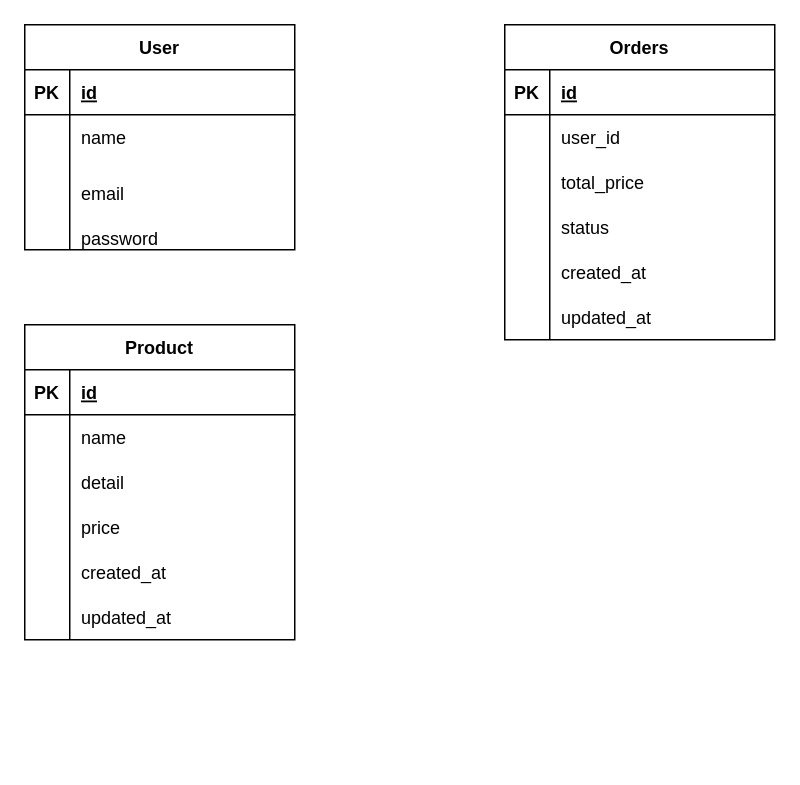
ISAWASHUN/laravel-ec-site keeps this draw.io diagram as architecture/db.drawio. Above is the earlier version. Source tidied: cells renumbered, new cells numbered last; positions are measured from the earlier drawing's top-left corner, leaving out a move shared by most shapes. Both pictures are drawn from the tidied source at 150%, with x=0, y=0 at pixel (24, 24).
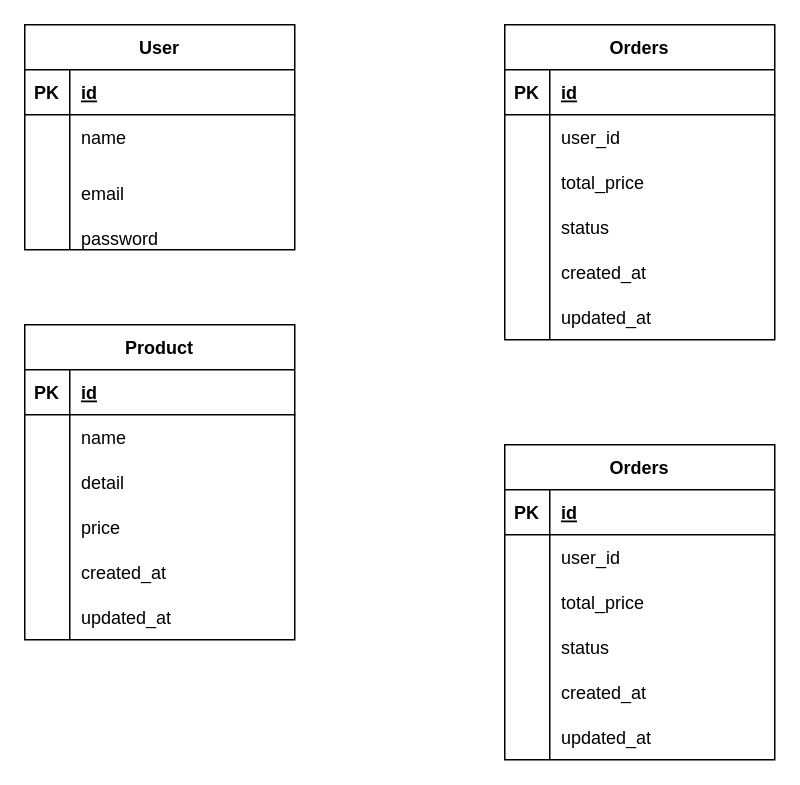
Above is the later version.

Commit message:
Ordersテーブルを作成

The edit, as a diff of the source:
```diff
@@
+    <mxCell id="53" value="Orders" style="shape=table;startSize=30;childLayout=tableLayout;rowLines=0;fontStyle=1;align=center;" parent="1" vertex="1">
+      <mxGeometry x="320" y="280" width="180" height="210" as="geometry" />
+    </mxCell>
+    <mxCell id="54" style="shape=tableRow;horizontal=0;startSize=0;swimlaneHead=0;swimlaneBody=0;fillColor=none;top=0;left=0;right=0;bottom=1;" parent="53" vertex="1">
+      <mxGeometry y="30" width="180" height="30" as="geometry" />
+    </mxCell>
+    <mxCell id="55" value="PK" style="shape=partialRectangle;fillColor=none;top=0;left=0;bottom=0;right=0;fontStyle=1;overflow=hidden;" parent="54" vertex="1">
+      <mxGeometry width="30" height="30" as="geometry" />
+    </mxCell>
+    <mxCell id="56" value="id" style="shape=partialRectangle;fillColor=none;top=0;left=0;bottom=0;right=0;align=left;spacingLeft=6;fontStyle=5;overflow=hidden;" parent="54" vertex="1">
+      <mxGeometry x="30" width="150" height="30" as="geometry" />
+    </mxCell>
+    <mxCell id="57" style="shape=tableRow;horizontal=0;startSize=0;swimlaneHead=0;swimlaneBody=0;fillColor=none;top=0;left=0;right=0;bottom=0;" parent="53" vertex="1">
+      <mxGeometry y="60" width="180" height="30" as="geometry" />
+    </mxCell>
+    <mxCell id="58" style="shape=partialRectangle;fillColor=none;top=0;left=0;bottom=0;right=0;overflow=hidden;" parent="57" vertex="1">
+      <mxGeometry width="30" height="30" as="geometry" />
+    </mxCell>
+    <mxCell id="59" value="user_id" style="shape=partialRectangle;fillColor=none;top=0;left=0;bottom=0;right=0;align=left;spacingLeft=6;overflow=hidden;" parent="57" vertex="1">
+      <mxGeometry x="30" width="150" height="30" as="geometry" />
+    </mxCell>
+    <mxCell id="60" style="shape=tableRow;horizontal=0;startSize=0;swimlaneHead=0;swimlaneBody=0;fillColor=none;top=0;left=0;right=0;bottom=0;" parent="53" vertex="1">
+      <mxGeometry y="90" width="180" height="30" as="geometry" />
+    </mxCell>
+    <mxCell id="61" style="shape=partialRectangle;fillColor=none;top=0;left=0;bottom=0;right=0;overflow=hidden;" parent="60" vertex="1">
+      <mxGeometry width="30" height="30" as="geometry" />
+    </mxCell>
+    <mxCell id="62" value="total_price" style="shape=partialRectangle;fillColor=none;top=0;left=0;bottom=0;right=0;align=left;spacingLeft=6;overflow=hidden;" parent="60" vertex="1">
+      <mxGeometry x="30" width="150" height="30" as="geometry" />
+    </mxCell>
+    <mxCell id="63" style="shape=tableRow;horizontal=0;startSize=0;swimlaneHead=0;swimlaneBody=0;fillColor=none;top=0;left=0;right=0;bottom=0;" parent="53" vertex="1">
+      <mxGeometry y="120" width="180" height="30" as="geometry" />
+    </mxCell>
+    <mxCell id="64" style="shape=partialRectangle;fillColor=none;top=0;left=0;bottom=0;right=0;overflow=hidden;" parent="63" vertex="1">
+      <mxGeometry width="30" height="30" as="geometry" />
+    </mxCell>
+    <mxCell id="65" value="status" style="shape=partialRectangle;fillColor=none;top=0;left=0;bottom=0;right=0;align=left;spacingLeft=6;overflow=hidden;" parent="63" vertex="1">
+      <mxGeometry x="30" width="150" height="30" as="geometry" />
+    </mxCell>
+    <mxCell id="66" style="shape=tableRow;horizontal=0;startSize=0;swimlaneHead=0;swimlaneBody=0;fillColor=none;top=0;left=0;right=0;bottom=0;" parent="53" vertex="1">
+      <mxGeometry y="150" width="180" height="30" as="geometry" />
+    </mxCell>
+    <mxCell id="67" style="shape=partialRectangle;fillColor=none;top=0;left=0;bottom=0;right=0;overflow=hidden;" parent="66" vertex="1">
+      <mxGeometry width="30" height="30" as="geometry" />
+    </mxCell>
+    <mxCell id="68" value="created_at" style="shape=partialRectangle;fillColor=none;top=0;left=0;bottom=0;right=0;align=left;spacingLeft=6;overflow=hidden;" parent="66" vertex="1">
+      <mxGeometry x="30" width="150" height="30" as="geometry" />
+    </mxCell>
+    <mxCell id="69" style="shape=tableRow;horizontal=0;startSize=0;swimlaneHead=0;swimlaneBody=0;fillColor=none;top=0;left=0;right=0;bottom=0;" parent="53" vertex="1">
+      <mxGeometry y="180" width="180" height="30" as="geometry" />
+    </mxCell>
+    <mxCell id="70" style="shape=partialRectangle;fillColor=none;top=0;left=0;bottom=0;right=0;overflow=hidden;" parent="69" vertex="1">
+      <mxGeometry width="30" height="30" as="geometry" />
+    </mxCell>
+    <mxCell id="71" value="updated_at" style="shape=partialRectangle;fillColor=none;top=0;left=0;bottom=0;right=0;align=left;spacingLeft=6;overflow=hidden;" parent="69" vertex="1">
+      <mxGeometry x="30" width="150" height="30" as="geometry" />
+    </mxCell>
```
